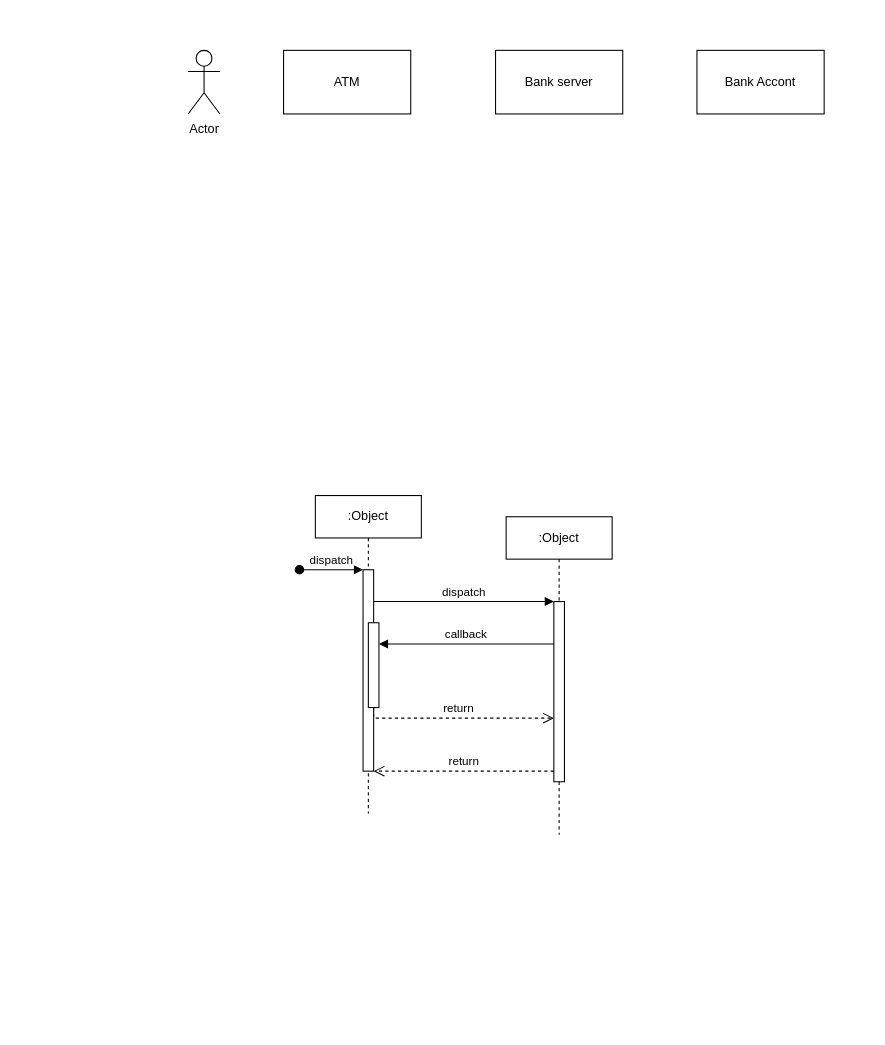
The draw.io diagram Untitled Diagram.drawio in martinsletsjoe/projects-vsc, before the edit. Source tidied: cells renumbered, new cells numbered last; positions are measured from the earlier drawing's top-left corner, leaving out a move shared by most shapes. Both pictures are drawn from the tidied source at 106%, with x=0, y=0 at pixel (188, 50).
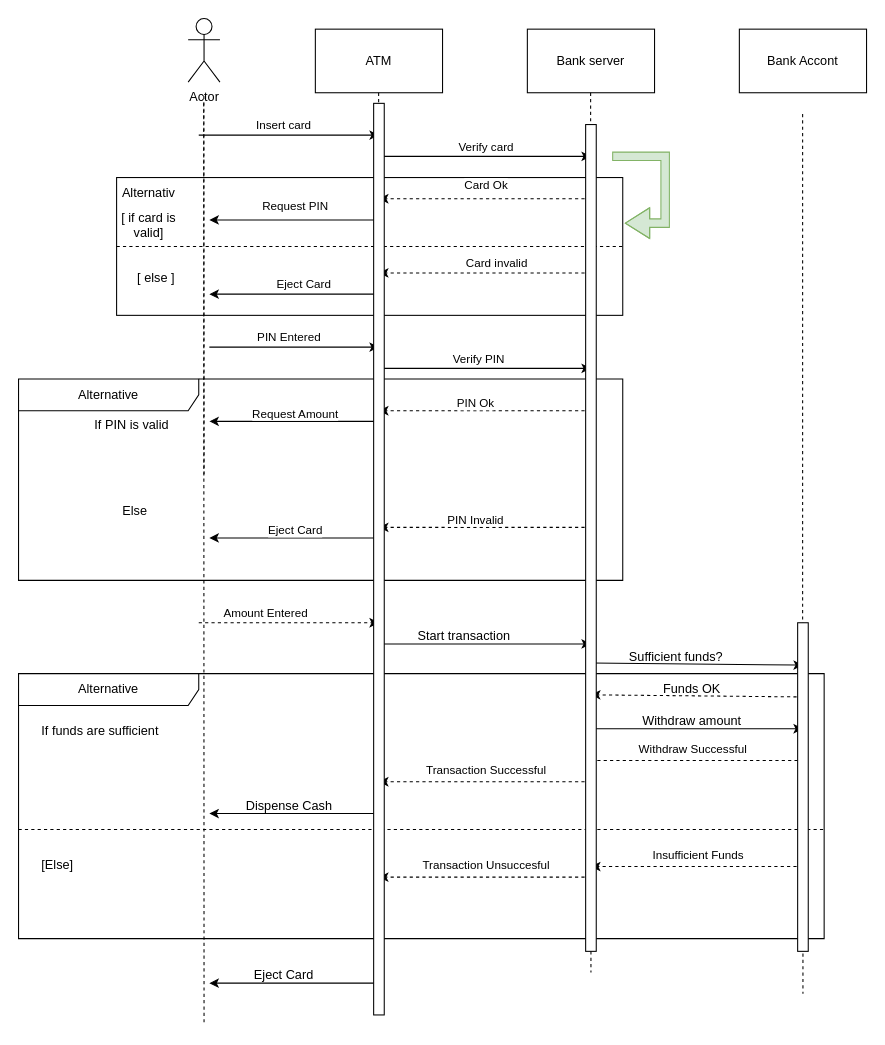
After the change.

Diff of the diagram source:
```diff
@@
-    <mxCell id="2" value=":Object" style="shape=umlLifeline;perimeter=lifelinePerimeter;whiteSpace=wrap;html=1;newEdgeStyle={&quot;edgeStyle&quot;:&quot;elbowEdgeStyle&quot;,&quot;elbow&quot;:&quot;vertical&quot;,&quot;curved&quot;:0,&quot;rounded&quot;:0};" parent="1" vertex="1">
-      <mxGeometry x="120" y="420" width="100" height="300" as="geometry" />
-    </mxCell>
-    <mxCell id="3" style="html=1;points=[];perimeter=orthogonalPerimeter;outlineConnect=0;targetShapes=umlLifeline;portConstraint=eastwest;newEdgeStyle={&quot;edgeStyle&quot;:&quot;elbowEdgeStyle&quot;,&quot;elbow&quot;:&quot;vertical&quot;,&quot;curved&quot;:0,&quot;rounded&quot;:0};" parent="2" vertex="1">
-      <mxGeometry x="45" y="70" width="10" height="190" as="geometry" />
-    </mxCell>
-    <mxCell id="4" value="dispatch" style="html=1;verticalAlign=bottom;startArrow=oval;endArrow=block;startSize=8;edgeStyle=elbowEdgeStyle;elbow=vertical;curved=0;rounded=0;" parent="2" edge="1" target="3">
-      <mxGeometry relative="1" as="geometry">
-        <mxPoint x="-15" y="70" as="sourcePoint" />
-      </mxGeometry>
-    </mxCell>
-    <mxCell id="5" style="html=1;points=[];perimeter=orthogonalPerimeter;outlineConnect=0;targetShapes=umlLifeline;portConstraint=eastwest;newEdgeStyle={&quot;edgeStyle&quot;:&quot;elbowEdgeStyle&quot;,&quot;elbow&quot;:&quot;vertical&quot;,&quot;curved&quot;:0,&quot;rounded&quot;:0};" parent="2" vertex="1">
-      <mxGeometry x="50" y="120" width="10" height="80" as="geometry" />
-    </mxCell>
-    <mxCell id="6" value=":Object" style="shape=umlLifeline;perimeter=lifelinePerimeter;whiteSpace=wrap;html=1;newEdgeStyle={&quot;edgeStyle&quot;:&quot;elbowEdgeStyle&quot;,&quot;elbow&quot;:&quot;vertical&quot;,&quot;curved&quot;:0,&quot;rounded&quot;:0};" parent="1" vertex="1">
-      <mxGeometry x="300" y="440" width="100" height="300" as="geometry" />
-    </mxCell>
-    <mxCell id="7" style="html=1;points=[];perimeter=orthogonalPerimeter;outlineConnect=0;targetShapes=umlLifeline;portConstraint=eastwest;newEdgeStyle={&quot;edgeStyle&quot;:&quot;elbowEdgeStyle&quot;,&quot;elbow&quot;:&quot;vertical&quot;,&quot;curved&quot;:0,&quot;rounded&quot;:0};" parent="6" vertex="1">
-      <mxGeometry x="45" y="80" width="10" height="170" as="geometry" />
-    </mxCell>
-    <mxCell id="8" value="dispatch" style="html=1;verticalAlign=bottom;endArrow=block;edgeStyle=elbowEdgeStyle;elbow=vertical;curved=0;rounded=0;" parent="1" edge="1" source="3" target="7">
-      <mxGeometry relative="1" as="geometry">
-        <Array as="points">
-          <mxPoint x="260" y="520" />
-        </Array>
-      </mxGeometry>
-    </mxCell>
-    <mxCell id="9" value="return" style="html=1;verticalAlign=bottom;endArrow=open;dashed=1;endSize=8;edgeStyle=elbowEdgeStyle;elbow=vertical;curved=0;rounded=0;" parent="1" edge="1" source="7" target="3">
-      <mxGeometry relative="1" as="geometry">
-        <Array as="points">
-          <mxPoint x="270" y="680" />
-        </Array>
-      </mxGeometry>
-    </mxCell>
-    <mxCell id="10" value="callback" style="html=1;verticalAlign=bottom;endArrow=block;edgeStyle=elbowEdgeStyle;elbow=vertical;curved=0;rounded=0;" parent="1" edge="1" source="7" target="5">
-      <mxGeometry relative="1" as="geometry">
-        <Array as="points">
-          <mxPoint x="270" y="560" />
-        </Array>
-      </mxGeometry>
-    </mxCell>
-    <mxCell id="11" value="return" style="html=1;verticalAlign=bottom;endArrow=open;dashed=1;endSize=8;edgeStyle=elbowEdgeStyle;elbow=vertical;curved=0;rounded=0;" parent="1" edge="1" source="5" target="7">
-      <mxGeometry relative="1" as="geometry">
-        <Array as="points">
-          <mxPoint x="260" y="630" />
-        </Array>
-      </mxGeometry>
-    </mxCell>
+    <mxCell id="16" style="rounded=0;whiteSpace=wrap;html=1;" parent="1" vertex="1">
+      <mxGeometry x="-67.5" y="120" width="477.5" height="130" as="geometry" />
+    </mxCell>
     <mxCell id="12" value="Actor" style="shape=umlActor;verticalLabelPosition=bottom;verticalAlign=top;html=1;" parent="1" vertex="1">
-      <mxGeometry width="30" height="60" as="geometry" />
+      <mxGeometry y="-30" width="30" height="60" as="geometry" />
     </mxCell>
     <mxCell id="13" value="ATM" style="rounded=0;whiteSpace=wrap;html=1;" parent="1" vertex="1">
-      <mxGeometry x="90" width="120" height="60" as="geometry" />
+      <mxGeometry x="120" y="-20" width="120" height="60" as="geometry" />
     </mxCell>
     <mxCell id="14" value="Bank server" style="rounded=0;whiteSpace=wrap;html=1;" parent="1" vertex="1">
-      <mxGeometry x="290" width="120" height="60" as="geometry" />
+      <mxGeometry x="320" y="-20" width="120" height="60" as="geometry" />
     </mxCell>
     <mxCell id="15" value="Bank Accont" style="rounded=0;whiteSpace=wrap;html=1;" parent="1" vertex="1">
-      <mxGeometry x="480" width="120" height="60" as="geometry" />
+      <mxGeometry x="520" y="-20" width="120" height="60" as="geometry" />
     </mxCell>
+    <mxCell id="17" style="endArrow=none;dashed=1;html=1;rounded=0;" parent="1" edge="1">
+      <mxGeometry relative="1" as="geometry">
+        <mxPoint x="15" y="400" as="sourcePoint" />
+        <mxPoint x="14.8" y="40" as="targetPoint" />
+      </mxGeometry>
+    </mxCell>
+    <mxCell id="18" style="endArrow=none;dashed=1;html=1;rounded=0;" parent="1" edge="1" source="81">
+      <mxGeometry relative="1" as="geometry">
+        <mxPoint x="380" y="870" as="targetPoint" />
+        <Array as="points">
+          <mxPoint x="380" y="580" />
+        </Array>
+      </mxGeometry>
+    </mxCell>
+    <mxCell id="19" style="endArrow=classic;html=1;rounded=0;" parent="1" edge="1">
+      <mxGeometry relative="1" as="geometry">
+        <mxPoint x="10" y="80" as="sourcePoint" />
+        <mxPoint x="180" y="80" as="targetPoint" />
+      </mxGeometry>
+    </mxCell>
+    <mxCell id="20" value="Insert card" style="edgeLabel;html=1;align=center;verticalAlign=middle;" parent="19" vertex="1">
+      <mxGeometry x="-0.07" y="-2" relative="1" as="geometry">
+        <mxPoint y="-12" as="offset" />
+      </mxGeometry>
+    </mxCell>
+    <mxCell id="21" style="endArrow=classic;html=1;rounded=0;" parent="1" edge="1">
+      <mxGeometry relative="1" as="geometry">
+        <mxPoint x="180" y="100" as="sourcePoint" />
+        <mxPoint x="380" y="100" as="targetPoint" />
+      </mxGeometry>
+    </mxCell>
+    <mxCell id="22" value="Verify card" style="edgeLabel;html=1;align=center;verticalAlign=middle;" parent="21" vertex="1">
+      <mxGeometry y="-2" relative="1" as="geometry">
+        <mxPoint y="-12" as="offset" />
+      </mxGeometry>
+    </mxCell>
+    <mxCell id="23" style="endArrow=classic;html=1;rounded=0;dashed=1;" parent="1" edge="1">
+      <mxGeometry relative="1" as="geometry">
+        <mxPoint x="380" y="140" as="sourcePoint" />
+        <mxPoint x="180" y="140" as="targetPoint" />
+      </mxGeometry>
+    </mxCell>
+    <mxCell id="24" value="Card Ok" style="edgeLabel;html=1;align=center;verticalAlign=middle;" parent="23" vertex="1">
+      <mxGeometry y="-2" relative="1" as="geometry">
+        <mxPoint y="-12" as="offset" />
+      </mxGeometry>
+    </mxCell>
+    <mxCell id="25" style="endArrow=classic;html=1;rounded=0;" parent="1" edge="1">
+      <mxGeometry relative="1" as="geometry">
+        <mxPoint x="180" y="160" as="sourcePoint" />
+        <mxPoint x="20" y="160" as="targetPoint" />
+      </mxGeometry>
+    </mxCell>
+    <mxCell id="26" value="Request PIN" style="edgeLabel;html=1;align=center;verticalAlign=middle;" parent="25" vertex="1">
+      <mxGeometry y="-2" relative="1" as="geometry">
+        <mxPoint y="-12" as="offset" />
+      </mxGeometry>
+    </mxCell>
+    <mxCell id="27" value="Alternativ" style="text;html=1;strokeColor=none;fillColor=none;align=center;verticalAlign=middle;whiteSpace=wrap;rounded=0;" parent="1" vertex="1">
+      <mxGeometry x="-67.5" y="120" width="60" height="30" as="geometry" />
+    </mxCell>
+    <mxCell id="28" style="endArrow=block;html=1;rounded=0;shape=flexArrow;width=8;endSize=7.33;entryX=1.004;entryY=0.331;entryDx=0;entryDy=0;entryPerimeter=0;fillColor=#d5e8d4;strokeColor=#82b366;" parent="1" edge="1" target="16">
+      <mxGeometry relative="1" as="geometry">
+        <mxPoint x="400" y="100" as="sourcePoint" />
+        <Array as="points">
+          <mxPoint x="450" y="100" />
+          <mxPoint x="450" y="163" />
+        </Array>
+      </mxGeometry>
+    </mxCell>
+    <mxCell id="29" style="endArrow=none;dashed=1;html=1;rounded=0;entryX=1;entryY=0.5;entryDx=0;entryDy=0;exitX=0;exitY=0.5;exitDx=0;exitDy=0;" parent="1" edge="1" source="16" target="16">
+      <mxGeometry relative="1" as="geometry" />
+    </mxCell>
+    <mxCell id="30" value="[ if card is valid]" style="text;html=1;strokeColor=none;fillColor=none;align=center;verticalAlign=middle;whiteSpace=wrap;rounded=0;" parent="1" vertex="1">
+      <mxGeometry x="-67.5" y="150" width="60" height="30" as="geometry" />
+    </mxCell>
+    <mxCell id="31" value="[ else ]" style="text;html=1;strokeColor=none;fillColor=none;align=center;verticalAlign=middle;whiteSpace=wrap;rounded=0;" parent="1" vertex="1">
+      <mxGeometry x="-60" y="200" width="60" height="30" as="geometry" />
+    </mxCell>
+    <mxCell id="32" style="endArrow=classic;html=1;rounded=0;dashed=1;" parent="1" edge="1">
+      <mxGeometry relative="1" as="geometry">
+        <mxPoint x="380" y="210" as="sourcePoint" />
+        <mxPoint x="180" y="210" as="targetPoint" />
+      </mxGeometry>
+    </mxCell>
+    <mxCell id="33" value="Card invalid" style="edgeLabel;html=1;align=center;verticalAlign=middle;" parent="32" vertex="1">
+      <mxGeometry x="-0.1" y="-1" relative="1" as="geometry">
+        <mxPoint y="-9" as="offset" />
+      </mxGeometry>
+    </mxCell>
+    <mxCell id="34" style="endArrow=classic;html=1;rounded=0;" parent="1" edge="1">
+      <mxGeometry relative="1" as="geometry">
+        <mxPoint x="180" y="230" as="sourcePoint" />
+        <mxPoint x="20" y="230" as="targetPoint" />
+      </mxGeometry>
+    </mxCell>
+    <mxCell id="35" value="Eject Card" style="edgeLabel;html=1;align=center;verticalAlign=middle;" parent="34" vertex="1">
+      <mxGeometry x="-0.1" y="-1" relative="1" as="geometry">
+        <mxPoint y="-9" as="offset" />
+      </mxGeometry>
+    </mxCell>
+    <mxCell id="36" style="endArrow=classic;html=1;rounded=0;" parent="1" edge="1">
+      <mxGeometry relative="1" as="geometry">
+        <mxPoint x="20" y="280" as="sourcePoint" />
+        <mxPoint x="180" y="280" as="targetPoint" />
+      </mxGeometry>
+    </mxCell>
+    <mxCell id="37" value="PIN Entered" style="edgeLabel;html=1;align=center;verticalAlign=middle;" parent="36" vertex="1">
+      <mxGeometry x="-0.07" y="1" relative="1" as="geometry">
+        <mxPoint y="-9" as="offset" />
+      </mxGeometry>
+    </mxCell>
+    <mxCell id="38" style="endArrow=classic;html=1;rounded=0;" parent="1" edge="1">
+      <mxGeometry relative="1" as="geometry">
+        <mxPoint x="180" y="300" as="sourcePoint" />
+        <mxPoint x="380" y="300" as="targetPoint" />
+      </mxGeometry>
+    </mxCell>
+    <mxCell id="39" value="Verify PIN" style="edgeLabel;html=1;align=center;verticalAlign=middle;" parent="38" vertex="1">
+      <mxGeometry x="-0.07" y="1" relative="1" as="geometry">
+        <mxPoint y="-9" as="offset" />
+      </mxGeometry>
+    </mxCell>
+    <mxCell id="40" value="Alternative" style="shape=umlFrame;whiteSpace=wrap;html=1;width=170;" parent="1" vertex="1">
+      <mxGeometry x="-160" y="310" width="570" height="190" as="geometry" />
+    </mxCell>
+    <mxCell id="41" value="If PIN is valid" style="text;html=1;" parent="40" vertex="1">
+      <mxGeometry width="100" height="20" relative="1" as="geometry">
+        <mxPoint x="70" y="30" as="offset" />
+      </mxGeometry>
+    </mxCell>
+    <mxCell id="42" value="Else" style="text;html=1;strokeColor=none;fillColor=none;align=center;verticalAlign=middle;whiteSpace=wrap;rounded=0;" parent="40" vertex="1">
+      <mxGeometry x="80" y="110" width="60" height="30" as="geometry" />
+    </mxCell>
+    <mxCell id="43" style="endArrow=classic;html=1;rounded=0;dashed=1;" parent="40" edge="1">
+      <mxGeometry relative="1" as="geometry">
+        <mxPoint x="540" y="30" as="sourcePoint" />
+        <mxPoint x="340" y="30" as="targetPoint" />
+      </mxGeometry>
+    </mxCell>
+    <mxCell id="44" value="PIN Ok" style="edgeLabel;html=1;align=center;verticalAlign=middle;" parent="43" vertex="1">
+      <mxGeometry x="-0.07" y="1" relative="1" as="geometry">
+        <mxPoint x="-17" y="-9" as="offset" />
+      </mxGeometry>
+    </mxCell>
+    <mxCell id="45" style="endArrow=classic;html=1;rounded=0;" parent="40" edge="1">
+      <mxGeometry relative="1" as="geometry">
+        <mxPoint x="340" y="40" as="sourcePoint" />
+        <mxPoint x="180" y="40" as="targetPoint" />
+      </mxGeometry>
+    </mxCell>
+    <mxCell id="46" value="Request Amount" style="edgeLabel;html=1;align=center;verticalAlign=middle;" parent="45" vertex="1">
+      <mxGeometry x="-0.07" y="1" relative="1" as="geometry">
+        <mxPoint x="-6" y="-9" as="offset" />
+      </mxGeometry>
+    </mxCell>
+    <mxCell id="47" style="endArrow=classic;html=1;rounded=0;dashed=1;" parent="40" edge="1">
+      <mxGeometry relative="1" as="geometry">
+        <mxPoint x="540" y="140" as="sourcePoint" />
+        <mxPoint x="340" y="140" as="targetPoint" />
+      </mxGeometry>
+    </mxCell>
+    <mxCell id="48" value="PIN Invalid" style="edgeLabel;html=1;align=center;verticalAlign=middle;" parent="47" vertex="1">
+      <mxGeometry x="-0.07" y="1" relative="1" as="geometry">
+        <mxPoint x="-17" y="-9" as="offset" />
+      </mxGeometry>
+    </mxCell>
+    <mxCell id="49" style="endArrow=classic;html=1;rounded=0;" parent="40" edge="1">
+      <mxGeometry relative="1" as="geometry">
+        <mxPoint x="340" y="150" as="sourcePoint" />
+        <mxPoint x="180" y="150" as="targetPoint" />
+      </mxGeometry>
+    </mxCell>
+    <mxCell id="50" value="Eject Card" style="edgeLabel;html=1;align=center;verticalAlign=middle;" parent="49" vertex="1">
+      <mxGeometry x="-0.07" y="1" relative="1" as="geometry">
+        <mxPoint x="-6" y="-9" as="offset" />
+      </mxGeometry>
+    </mxCell>
+    <mxCell id="51" style="endArrow=none;dashed=1;html=1;rounded=0;" parent="1" edge="1">
+      <mxGeometry relative="1" as="geometry">
+        <mxPoint x="179.7" y="40" as="sourcePoint" />
+        <mxPoint x="180" y="890" as="targetPoint" />
+      </mxGeometry>
+    </mxCell>
+    <mxCell id="52" style="endArrow=none;dashed=1;html=1;rounded=0;" parent="1" edge="1">
+      <mxGeometry relative="1" as="geometry">
+        <mxPoint x="14.7" y="50" as="sourcePoint" />
+        <mxPoint x="15" y="920" as="targetPoint" />
+      </mxGeometry>
+    </mxCell>
+    <mxCell id="53" style="endArrow=classic;html=1;rounded=0;dashed=1;" parent="1" edge="1">
+      <mxGeometry relative="1" as="geometry">
+        <mxPoint x="10" y="540" as="sourcePoint" />
+        <mxPoint x="180" y="540" as="targetPoint" />
+      </mxGeometry>
+    </mxCell>
+    <mxCell id="54" value="Amount Entered" style="edgeLabel;html=1;align=center;verticalAlign=middle;" parent="53" vertex="1">
+      <mxGeometry x="-0.07" y="1" relative="1" as="geometry">
+        <mxPoint x="-17" y="-9" as="offset" />
+      </mxGeometry>
+    </mxCell>
+    <mxCell id="55" style="endArrow=classic;html=1;rounded=0;" parent="1" edge="1">
+      <mxGeometry relative="1" as="geometry">
+        <mxPoint x="180" y="560" as="sourcePoint" />
+        <mxPoint x="380" y="560" as="targetPoint" />
+      </mxGeometry>
+    </mxCell>
+    <mxCell id="56" value="Start transaction" style="text;html=1;align=center;verticalAlign=middle;strokeColor=none;fillColor=none;" parent="1" vertex="1">
+      <mxGeometry x="205" y="538" width="110" height="30" as="geometry" />
+    </mxCell>
+    <mxCell id="57" style="endArrow=classic;html=1;rounded=0;" parent="1" edge="1">
+      <mxGeometry relative="1" as="geometry">
+        <mxPoint x="380" y="578" as="sourcePoint" />
+        <mxPoint x="580" y="580" as="targetPoint" />
+      </mxGeometry>
+    </mxCell>
+    <mxCell id="58" value="Sufficient funds?" style="text;html=1;align=center;verticalAlign=middle;strokeColor=none;fillColor=none;" parent="1" vertex="1">
+      <mxGeometry x="405" y="558" width="110" height="30" as="geometry" />
+    </mxCell>
+    <mxCell id="59" style="endArrow=classic;html=1;rounded=0;dashed=1;" parent="1" edge="1">
+      <mxGeometry relative="1" as="geometry">
+        <mxPoint x="580" y="610" as="sourcePoint" />
+        <mxPoint x="380" y="608" as="targetPoint" />
+      </mxGeometry>
+    </mxCell>
+    <mxCell id="60" value="Funds OK" style="text;html=1;align=center;verticalAlign=middle;strokeColor=none;fillColor=none;" parent="1" vertex="1">
+      <mxGeometry x="435" y="588" width="80" height="30" as="geometry" />
+    </mxCell>
+    <mxCell id="61" style="endArrow=classic;html=1;rounded=0;" parent="1" edge="1">
+      <mxGeometry relative="1" as="geometry">
+        <mxPoint x="380" y="640" as="sourcePoint" />
+        <mxPoint x="580" y="640" as="targetPoint" />
+      </mxGeometry>
+    </mxCell>
+    <mxCell id="62" value="Withdraw amount" style="text;html=1;align=center;verticalAlign=middle;strokeColor=none;fillColor=none;" parent="1" vertex="1">
+      <mxGeometry x="415" y="618" width="120" height="30" as="geometry" />
+    </mxCell>
+    <mxCell id="63" style="endArrow=classic;html=1;rounded=0;dashed=1;" parent="1" edge="1">
+      <mxGeometry relative="1" as="geometry">
+        <mxPoint x="575" y="670" as="sourcePoint" />
+        <mxPoint x="375" y="670" as="targetPoint" />
+      </mxGeometry>
+    </mxCell>
+    <mxCell id="64" value="Withdraw Successful" style="edgeLabel;html=1;align=center;verticalAlign=middle;" parent="63" vertex="1">
+      <mxGeometry x="0.01" y="-2" relative="1" as="geometry">
+        <mxPoint x="1" y="-10" as="offset" />
+      </mxGeometry>
+    </mxCell>
+    <mxCell id="65" style="endArrow=classic;html=1;rounded=0;dashed=1;" parent="1" edge="1">
+      <mxGeometry relative="1" as="geometry">
+        <mxPoint x="380" y="690" as="sourcePoint" />
+        <mxPoint x="180" y="690" as="targetPoint" />
+      </mxGeometry>
+    </mxCell>
+    <mxCell id="66" value="Transaction Successful" style="edgeLabel;html=1;align=center;verticalAlign=middle;" parent="65" vertex="1">
+      <mxGeometry x="0.01" y="-2" relative="1" as="geometry">
+        <mxPoint x="1" y="-10" as="offset" />
+      </mxGeometry>
+    </mxCell>
+    <mxCell id="67" style="endArrow=classic;html=1;rounded=0;" parent="1" edge="1">
+      <mxGeometry relative="1" as="geometry">
+        <mxPoint x="180" y="720" as="sourcePoint" />
+        <mxPoint x="20" y="720" as="targetPoint" />
+      </mxGeometry>
+    </mxCell>
+    <mxCell id="68" value="Dispense Cash" style="text;html=1;align=center;verticalAlign=middle;strokeColor=none;fillColor=none;" parent="1" vertex="1">
+      <mxGeometry x="40" y="698" width="110" height="30" as="geometry" />
+    </mxCell>
+    <mxCell id="69" value="Alternative" style="shape=umlFrame;whiteSpace=wrap;html=1;width=170;" parent="1" vertex="1">
+      <mxGeometry x="-160" y="588" width="760" height="250" as="geometry" />
+    </mxCell>
+    <mxCell id="70" value="If funds are sufficient" style="text;html=1;" parent="69" vertex="1">
+      <mxGeometry width="100" height="20" relative="1" as="geometry">
+        <mxPoint x="20" y="40" as="offset" />
+      </mxGeometry>
+    </mxCell>
+    <mxCell id="71" value="[Else]" style="line;strokeWidth=1;dashed=1;labelPosition=center;verticalLabelPosition=bottom;align=left;verticalAlign=top;spacingLeft=20;spacingTop=15;html=1;whiteSpace=wrap;" parent="69" vertex="1">
+      <mxGeometry y="142" width="760" height="10" as="geometry" />
+    </mxCell>
+    <mxCell id="72" style="endArrow=classic;html=1;rounded=0;dashed=1;" parent="69" edge="1">
+      <mxGeometry relative="1" as="geometry">
+        <mxPoint x="740" y="182" as="sourcePoint" />
+        <mxPoint x="540" y="182" as="targetPoint" />
+      </mxGeometry>
+    </mxCell>
+    <mxCell id="73" value="Insufficient Funds" style="edgeLabel;html=1;align=center;verticalAlign=middle;" parent="72" vertex="1">
+      <mxGeometry x="0.01" y="-2" relative="1" as="geometry">
+        <mxPoint x="1" y="-10" as="offset" />
+      </mxGeometry>
+    </mxCell>
+    <mxCell id="74" style="endArrow=classic;html=1;rounded=0;dashed=1;" parent="69" edge="1">
+      <mxGeometry relative="1" as="geometry">
+        <mxPoint x="540" y="192" as="sourcePoint" />
+        <mxPoint x="340" y="192" as="targetPoint" />
+      </mxGeometry>
+    </mxCell>
+    <mxCell id="75" value="Transaction Unsuccesful" style="edgeLabel;html=1;align=center;verticalAlign=middle;" parent="74" vertex="1">
+      <mxGeometry x="0.01" y="-2" relative="1" as="geometry">
+        <mxPoint x="1" y="-10" as="offset" />
+      </mxGeometry>
+    </mxCell>
+    <mxCell id="76" style="endArrow=none;dashed=1;html=1;rounded=0;" parent="1" edge="1" source="83">
+      <mxGeometry relative="1" as="geometry">
+        <mxPoint x="580" y="890" as="targetPoint" />
+        <Array as="points">
+          <mxPoint x="580" y="600" />
+        </Array>
+      </mxGeometry>
+    </mxCell>
+    <mxCell id="77" style="endArrow=classic;html=1;rounded=0;" parent="1" edge="1">
+      <mxGeometry relative="1" as="geometry">
+        <mxPoint x="180" y="880" as="sourcePoint" />
+        <mxPoint x="20" y="880" as="targetPoint" />
+      </mxGeometry>
+    </mxCell>
+    <mxCell id="78" value="Eject Card" style="text;html=1;align=center;verticalAlign=middle;strokeColor=none;fillColor=none;" parent="1" vertex="1">
+      <mxGeometry x="50" y="858" width="80" height="30" as="geometry" />
+    </mxCell>
+    <mxCell id="79" style="html=1;perimeter=orthogonalPerimeter;targetShapes=umlLifeline;newEdgeStyle={&quot;curved&quot;:0,&quot;rounded&quot;:0};" parent="1" vertex="1">
+      <mxGeometry x="175" y="50" width="10" height="860" as="geometry" />
+    </mxCell>
+    <mxCell id="80" style="endArrow=none;dashed=1;html=1;rounded=0;" parent="1" edge="1" target="81">
+      <mxGeometry relative="1" as="geometry">
+        <mxPoint x="379.7" y="40" as="sourcePoint" />
+      </mxGeometry>
+    </mxCell>
+    <mxCell id="81" style="html=1;points=[[0,0,0,0,5],[0,1,0,0,-5],[1,0,0,0,5],[1,1,0,0,-5]];perimeter=orthogonalPerimeter;outlineConnect=0;targetShapes=umlLifeline;portConstraint=eastwest;newEdgeStyle={&quot;curved&quot;:0,&quot;rounded&quot;:0};" parent="1" vertex="1">
+      <mxGeometry x="375" y="70" width="10" height="780" as="geometry" />
+    </mxCell>
+    <mxCell id="82" style="endArrow=none;dashed=1;html=1;rounded=0;" parent="1" edge="1" target="83">
+      <mxGeometry relative="1" as="geometry">
+        <mxPoint x="579.7" y="60" as="sourcePoint" />
+      </mxGeometry>
+    </mxCell>
+    <mxCell id="83" style="html=1;points=[[0,0,0,0,5],[0,1,0,0,-5],[1,0,0,0,5],[1,1,0,0,-5]];perimeter=orthogonalPerimeter;outlineConnect=0;targetShapes=umlLifeline;portConstraint=eastwest;newEdgeStyle={&quot;curved&quot;:0,&quot;rounded&quot;:0};" parent="1" vertex="1">
+      <mxGeometry x="575" y="540" width="10" height="310" as="geometry" />
+    </mxCell>
```
